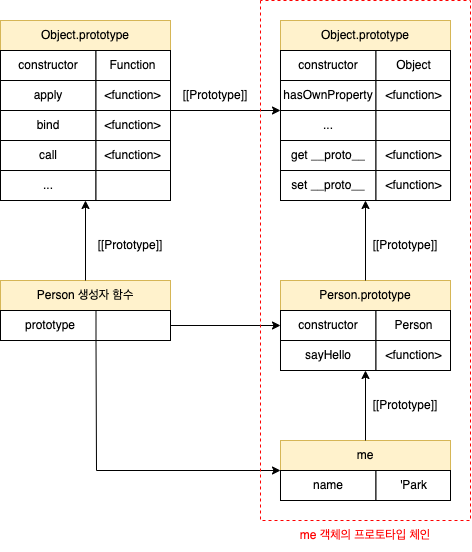
cansus4569/js-es6-study keeps this draw.io diagram as 15. Prototype/resource/prototype_chain.png. Above is the earlier version. Source tidied: cells renumbered, new cells last; positions are measured from the earlier drawing's top-left corner, leaving out a move shared by most shapes. Its diagram source:
```xml
<mxGraphModel>
  <root>
    <mxCell id="0" />
    <mxCell id="1" parent="0" />
    <mxCell id="2" value="Person 생성자 함수" style="rounded=0;whiteSpace=wrap;html=1;fillColor=#fff2cc;strokeColor=#d6b656;" parent="1" vertex="1">
      <mxGeometry y="280" width="170" height="30" as="geometry" />
    </mxCell>
    <mxCell id="3" value="prototype" style="rounded=0;whiteSpace=wrap;html=1;" parent="1" vertex="1">
      <mxGeometry y="310" width="100" height="30" as="geometry" />
    </mxCell>
    <mxCell id="4" style="rounded=0;whiteSpace=wrap;html=1;" parent="1" vertex="1">
      <mxGeometry x="95.5" y="310" width="74.5" height="30" as="geometry" />
    </mxCell>
    <mxCell id="5" value="Person.prototype" style="rounded=0;whiteSpace=wrap;html=1;fillColor=#fff2cc;strokeColor=#d6b656;" parent="1" vertex="1">
      <mxGeometry x="280" y="280" width="170" height="30" as="geometry" />
    </mxCell>
    <mxCell id="6" value="constructor" style="rounded=0;whiteSpace=wrap;html=1;" parent="1" vertex="1">
      <mxGeometry x="280" y="310" width="95.5" height="30" as="geometry" />
    </mxCell>
    <mxCell id="7" value="Person" style="rounded=0;whiteSpace=wrap;html=1;" parent="1" vertex="1">
      <mxGeometry x="375.5" y="310" width="74.5" height="30" as="geometry" />
    </mxCell>
    <mxCell id="8" value="me" style="rounded=0;whiteSpace=wrap;html=1;fillColor=#fff2cc;strokeColor=#d6b656;" parent="1" vertex="1">
      <mxGeometry x="280" y="440" width="170" height="30" as="geometry" />
    </mxCell>
    <mxCell id="9" value="name" style="rounded=0;whiteSpace=wrap;html=1;" parent="1" vertex="1">
      <mxGeometry x="280" y="470" width="95.5" height="30" as="geometry" />
    </mxCell>
    <mxCell id="10" value="'Park" style="rounded=0;whiteSpace=wrap;html=1;" parent="1" vertex="1">
      <mxGeometry x="375.5" y="470" width="74.5" height="30" as="geometry" />
    </mxCell>
    <mxCell id="11" value="sayHello" style="rounded=0;whiteSpace=wrap;html=1;" parent="1" vertex="1">
      <mxGeometry x="280" y="340" width="95.5" height="30" as="geometry" />
    </mxCell>
    <mxCell id="12" value="&amp;lt;function&amp;gt;" style="rounded=0;whiteSpace=wrap;html=1;" parent="1" vertex="1">
      <mxGeometry x="375.5" y="340" width="74.5" height="30" as="geometry" />
    </mxCell>
    <mxCell id="13" value="Object.prototype" style="rounded=0;whiteSpace=wrap;html=1;fillColor=#fff2cc;strokeColor=#d6b656;" parent="1" vertex="1">
      <mxGeometry x="280" y="20" width="170" height="30" as="geometry" />
    </mxCell>
    <mxCell id="14" value="constructor" style="rounded=0;whiteSpace=wrap;html=1;" parent="1" vertex="1">
      <mxGeometry x="280" y="50" width="95.5" height="30" as="geometry" />
    </mxCell>
    <mxCell id="15" value="Object" style="rounded=0;whiteSpace=wrap;html=1;" parent="1" vertex="1">
      <mxGeometry x="375.5" y="50" width="74.5" height="30" as="geometry" />
    </mxCell>
    <mxCell id="16" value="hasOwnProperty" style="rounded=0;whiteSpace=wrap;html=1;" parent="1" vertex="1">
      <mxGeometry x="280" y="80" width="95.5" height="30" as="geometry" />
    </mxCell>
    <mxCell id="17" value="&amp;lt;function&amp;gt;" style="rounded=0;whiteSpace=wrap;html=1;" parent="1" vertex="1">
      <mxGeometry x="375.5" y="80" width="74.5" height="30" as="geometry" />
    </mxCell>
    <mxCell id="18" value="..." style="rounded=0;whiteSpace=wrap;html=1;" parent="1" vertex="1">
      <mxGeometry x="280" y="110" width="95.5" height="30" as="geometry" />
    </mxCell>
    <mxCell id="19" value="get __proto__" style="rounded=0;whiteSpace=wrap;html=1;" parent="1" vertex="1">
      <mxGeometry x="280" y="140" width="95.5" height="30" as="geometry" />
    </mxCell>
    <mxCell id="20" value="set __proto__" style="rounded=0;whiteSpace=wrap;html=1;" parent="1" vertex="1">
      <mxGeometry x="280" y="170" width="95.5" height="30" as="geometry" />
    </mxCell>
    <mxCell id="21" style="rounded=0;whiteSpace=wrap;html=1;" parent="1" vertex="1">
      <mxGeometry x="375.5" y="110" width="74.5" height="30" as="geometry" />
    </mxCell>
    <mxCell id="22" value="&amp;lt;function&amp;gt;" style="rounded=0;whiteSpace=wrap;html=1;" parent="1" vertex="1">
      <mxGeometry x="375.5" y="140" width="74.5" height="30" as="geometry" />
    </mxCell>
    <mxCell id="23" value="&amp;lt;function&amp;gt;" style="rounded=0;whiteSpace=wrap;html=1;" parent="1" vertex="1">
      <mxGeometry x="375.5" y="170" width="74.5" height="30" as="geometry" />
    </mxCell>
    <mxCell id="24" value="Object.prototype" style="rounded=0;whiteSpace=wrap;html=1;fillColor=#fff2cc;strokeColor=#d6b656;" parent="1" vertex="1">
      <mxGeometry y="20" width="170" height="30" as="geometry" />
    </mxCell>
    <mxCell id="25" value="constructor" style="rounded=0;whiteSpace=wrap;html=1;" parent="1" vertex="1">
      <mxGeometry y="50" width="95.5" height="30" as="geometry" />
    </mxCell>
    <mxCell id="26" value="Function" style="rounded=0;whiteSpace=wrap;html=1;" parent="1" vertex="1">
      <mxGeometry x="95.5" y="50" width="74.5" height="30" as="geometry" />
    </mxCell>
    <mxCell id="27" value="apply" style="rounded=0;whiteSpace=wrap;html=1;" parent="1" vertex="1">
      <mxGeometry y="80" width="95.5" height="30" as="geometry" />
    </mxCell>
    <mxCell id="28" value="&amp;lt;function&amp;gt;" style="rounded=0;whiteSpace=wrap;html=1;" parent="1" vertex="1">
      <mxGeometry x="95.5" y="80" width="74.5" height="30" as="geometry" />
    </mxCell>
    <mxCell id="29" value="..." style="rounded=0;whiteSpace=wrap;html=1;" parent="1" vertex="1">
      <mxGeometry y="170" width="95.5" height="30" as="geometry" />
    </mxCell>
    <mxCell id="30" value="bind" style="rounded=0;whiteSpace=wrap;html=1;" parent="1" vertex="1">
      <mxGeometry y="110" width="95.5" height="30" as="geometry" />
    </mxCell>
    <mxCell id="31" value="call" style="rounded=0;whiteSpace=wrap;html=1;" parent="1" vertex="1">
      <mxGeometry y="140" width="95.5" height="30" as="geometry" />
    </mxCell>
    <mxCell id="32" style="rounded=0;whiteSpace=wrap;html=1;" parent="1" vertex="1">
      <mxGeometry x="95.5" y="170" width="74.5" height="30" as="geometry" />
    </mxCell>
    <mxCell id="33" value="&amp;lt;function&amp;gt;" style="rounded=0;whiteSpace=wrap;html=1;" parent="1" vertex="1">
      <mxGeometry x="95.5" y="140" width="74.5" height="30" as="geometry" />
    </mxCell>
    <mxCell id="34" value="&amp;lt;function&amp;gt;" style="rounded=0;whiteSpace=wrap;html=1;" parent="1" vertex="1">
      <mxGeometry x="95.5" y="110" width="74.5" height="30" as="geometry" />
    </mxCell>
    <mxCell id="35" style="endArrow=classic;html=1;rounded=0;exitX=0.5;exitY=0;exitDx=0;exitDy=0;" parent="1" edge="1" source="8">
      <mxGeometry relative="1" as="geometry">
        <mxPoint x="365" y="370" as="targetPoint" />
      </mxGeometry>
    </mxCell>
    <mxCell id="36" style="endArrow=classic;html=1;rounded=0;exitX=0.5;exitY=0;exitDx=0;exitDy=0;entryX=0.89;entryY=1;entryDx=0;entryDy=0;entryPerimeter=0;" parent="1" edge="1" source="5" target="20">
      <mxGeometry relative="1" as="geometry" />
    </mxCell>
    <mxCell id="37" style="endArrow=classic;html=1;rounded=0;exitX=1;exitY=0.5;exitDx=0;exitDy=0;entryX=0;entryY=0.5;entryDx=0;entryDy=0;" parent="1" edge="1" source="4" target="6">
      <mxGeometry relative="1" as="geometry" />
    </mxCell>
    <mxCell id="38" style="endArrow=classic;html=1;rounded=0;exitX=0.5;exitY=0;exitDx=0;exitDy=0;entryX=0.89;entryY=1;entryDx=0;entryDy=0;entryPerimeter=0;" parent="1" edge="1" source="2" target="29">
      <mxGeometry relative="1" as="geometry" />
    </mxCell>
    <mxCell id="39" style="endArrow=classic;html=1;rounded=0;exitX=0;exitY=1;exitDx=0;exitDy=0;entryX=0;entryY=0;entryDx=0;entryDy=0;" parent="1" edge="1" source="4" target="9">
      <mxGeometry relative="1" as="geometry">
        <Array as="points">
          <mxPoint x="96" y="470" />
        </Array>
      </mxGeometry>
    </mxCell>
    <mxCell id="40" value="[[Prototype]]" style="text;html=1;strokeColor=none;fillColor=none;align=center;verticalAlign=middle;whiteSpace=wrap;rounded=0;" parent="1" vertex="1">
      <mxGeometry x="370" y="230" width="70" height="30" as="geometry" />
    </mxCell>
    <mxCell id="41" value="[[Prototype]]" style="text;html=1;strokeColor=none;fillColor=none;align=center;verticalAlign=middle;whiteSpace=wrap;rounded=0;" parent="1" vertex="1">
      <mxGeometry x="370" y="390" width="70" height="30" as="geometry" />
    </mxCell>
    <mxCell id="42" value="[[Prototype]]" style="text;html=1;strokeColor=none;fillColor=none;align=center;verticalAlign=middle;whiteSpace=wrap;rounded=0;" parent="1" vertex="1">
      <mxGeometry x="180" y="80" width="70" height="30" as="geometry" />
    </mxCell>
    <mxCell id="43" style="endArrow=classic;html=1;rounded=0;exitX=1;exitY=0;exitDx=0;exitDy=0;entryX=0;entryY=0;entryDx=0;entryDy=0;" parent="1" edge="1" source="34" target="18">
      <mxGeometry relative="1" as="geometry" />
    </mxCell>
    <mxCell id="44" value="[[Prototype]]" style="text;html=1;strokeColor=none;fillColor=none;align=center;verticalAlign=middle;whiteSpace=wrap;rounded=0;" parent="1" vertex="1">
      <mxGeometry x="95.5" y="230" width="70" height="30" as="geometry" />
    </mxCell>
    <mxCell id="45" style="endArrow=none;dashed=1;html=1;rounded=0;strokeColor=#FF0000;" parent="1" edge="1">
      <mxGeometry relative="1" as="geometry">
        <mxPoint x="260" as="sourcePoint" />
        <mxPoint x="260" as="targetPoint" />
        <Array as="points">
          <mxPoint x="260" y="520" />
          <mxPoint x="470" y="520" />
          <mxPoint x="470" />
        </Array>
      </mxGeometry>
    </mxCell>
    <mxCell id="46" value="&lt;font color=&quot;#ff0000&quot;&gt;me 객체의 프로토타입 체인&lt;/font&gt;" style="text;html=1;strokeColor=none;fillColor=none;align=center;verticalAlign=middle;whiteSpace=wrap;rounded=0;" parent="1" vertex="1">
      <mxGeometry x="288.9" y="520" width="152.2" height="30" as="geometry" />
    </mxCell>
  </root>
</mxGraphModel>
```
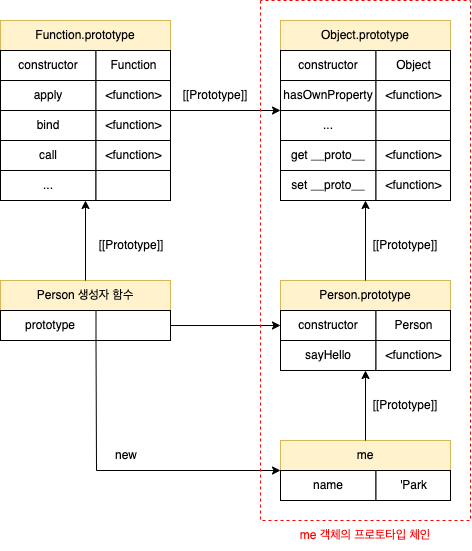
After the change.

Change to the diagram source:
```diff
@@ -68,7 +68,7 @@
     <mxCell id="23" value="&amp;lt;function&amp;gt;" style="rounded=0;whiteSpace=wrap;html=1;" parent="1" vertex="1">
       <mxGeometry x="375.5" y="170" width="74.5" height="30" as="geometry" />
     </mxCell>
-    <mxCell id="24" value="Object.prototype" style="rounded=0;whiteSpace=wrap;html=1;fillColor=#fff2cc;strokeColor=#d6b656;" parent="1" vertex="1">
+    <mxCell id="24" value="Function.prototype" style="rounded=0;whiteSpace=wrap;html=1;fillColor=#fff2cc;strokeColor=#d6b656;" parent="1" vertex="1">
       <mxGeometry y="20" width="170" height="30" as="geometry" />
     </mxCell>
     <mxCell id="25" value="constructor" style="rounded=0;whiteSpace=wrap;html=1;" parent="1" vertex="1">
@@ -151,5 +151,8 @@
     <mxCell id="46" value="&lt;font color=&quot;#ff0000&quot;&gt;me 객체의 프로토타입 체인&lt;/font&gt;" style="text;html=1;strokeColor=none;fillColor=none;align=center;verticalAlign=middle;whiteSpace=wrap;rounded=0;" parent="1" vertex="1">
       <mxGeometry x="288.9" y="520" width="152.2" height="30" as="geometry" />
     </mxCell>
+    <mxCell id="47" value="new" style="text;html=1;strokeColor=none;fillColor=none;align=center;verticalAlign=middle;whiteSpace=wrap;rounded=0;" parent="1" vertex="1">
+      <mxGeometry x="95.5" y="440" width="60" height="30" as="geometry" />
+    </mxCell>
   </root>
 </mxGraphModel>
```
